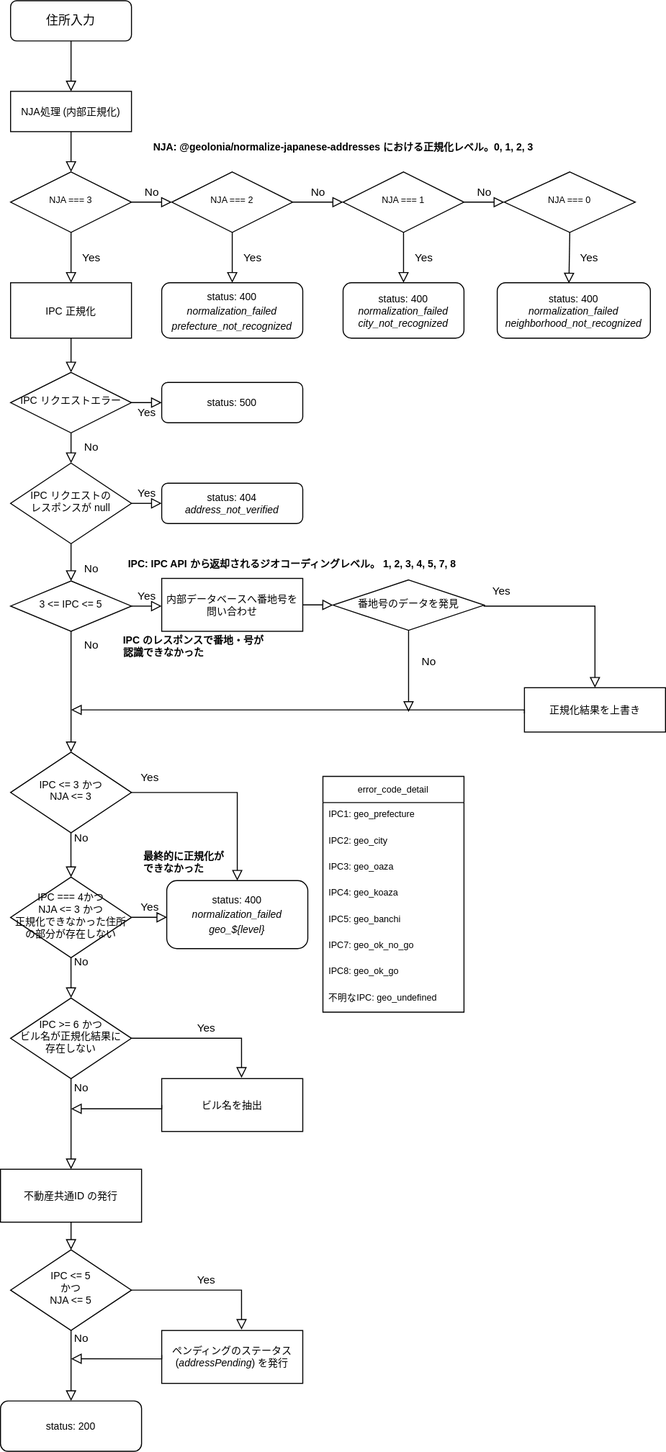
The draw.io diagram docs/id-issuance-flow.svg in geolonia/prop-id-api, before a commit. Source tidied: cells renumbered, new cells last; positions are measured from the earlier drawing's top-left corner, leaving out a move shared by most shapes.
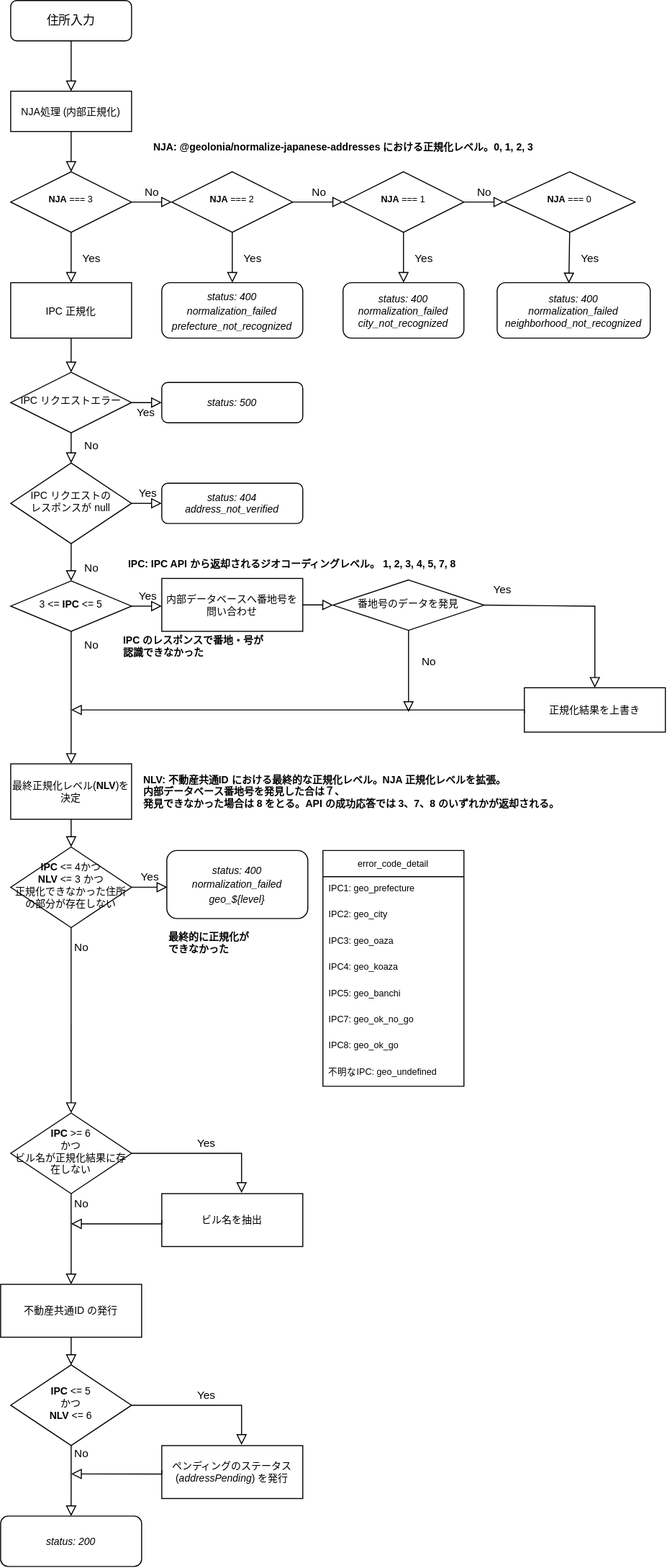
Later version of the same file.

Diff of the diagram source:
```diff
@@ -15,6 +15,6 @@
     </mxCell>
-    <mxCell id="5" value="NJA === 3" style="rhombus;whiteSpace=wrap;html=1;shadow=0;fontFamily=Helvetica;fontSize=9;align=center;strokeWidth=1;spacing=6;spacingTop=-4;" parent="1" vertex="1">
+    <mxCell id="5" value="&lt;b&gt;NJA&lt;/b&gt; === 3" style="rhombus;whiteSpace=wrap;html=1;shadow=0;fontFamily=Helvetica;fontSize=9;align=center;strokeWidth=1;spacing=6;spacingTop=-4;" parent="1" vertex="1">
       <mxGeometry x="10" y="170" width="120" height="60" as="geometry" />
     </mxCell>
-    <mxCell id="6" value="&lt;font&gt;&lt;font size=&quot;1&quot;&gt;status: 400&lt;/font&gt;&lt;br style=&quot;font-size: 9px&quot;&gt;&lt;i&gt;&lt;font size=&quot;1&quot;&gt;normalization_failed&lt;/font&gt;&lt;br&gt;&lt;font size=&quot;1&quot;&gt;prefecture_not_recognized&lt;/font&gt;&lt;/i&gt;&lt;br&gt;&lt;/font&gt;" style="rounded=1;whiteSpace=wrap;html=1;fontSize=12;glass=0;strokeWidth=1;shadow=0;" parent="1" vertex="1">
+    <mxCell id="6" value="&lt;font&gt;&lt;i&gt;&lt;font size=&quot;1&quot;&gt;status: 400&lt;/font&gt;&lt;br style=&quot;font-size: 9px&quot;&gt;&lt;font size=&quot;1&quot;&gt;normalization_failed&lt;/font&gt;&lt;br&gt;&lt;font size=&quot;1&quot;&gt;prefecture_not_recognized&lt;/font&gt;&lt;/i&gt;&lt;br&gt;&lt;/font&gt;" style="rounded=1;whiteSpace=wrap;html=1;fontSize=12;glass=0;strokeWidth=1;shadow=0;" parent="1" vertex="1">
       <mxGeometry x="160" y="280" width="140" height="55" as="geometry" />
@@ -30,3 +30,3 @@
     </mxCell>
-    <mxCell id="10" value="status: 500" style="rounded=1;whiteSpace=wrap;html=1;fontSize=10;glass=0;strokeWidth=1;shadow=0;" parent="1" vertex="1">
+    <mxCell id="10" value="&lt;i&gt;status: 500&lt;/i&gt;" style="rounded=1;whiteSpace=wrap;html=1;fontSize=10;glass=0;strokeWidth=1;shadow=0;" parent="1" vertex="1">
       <mxGeometry x="160" y="379" width="140" height="40" as="geometry" />
@@ -56,3 +56,3 @@
     </mxCell>
-    <mxCell id="16" value="NJA === 2" style="rhombus;whiteSpace=wrap;html=1;shadow=0;fontFamily=Helvetica;fontSize=9;align=center;strokeWidth=1;spacing=6;spacingTop=-4;" parent="1" vertex="1">
+    <mxCell id="16" value="&lt;b&gt;NJA&lt;/b&gt; === 2" style="rhombus;whiteSpace=wrap;html=1;shadow=0;fontFamily=Helvetica;fontSize=9;align=center;strokeWidth=1;spacing=6;spacingTop=-4;" parent="1" vertex="1">
       <mxGeometry x="170" y="170" width="120" height="60" as="geometry" />
@@ -62,3 +62,3 @@
     </mxCell>
-    <mxCell id="18" value="NJA === 1" style="rhombus;whiteSpace=wrap;html=1;shadow=0;fontFamily=Helvetica;fontSize=9;align=center;strokeWidth=1;spacing=6;spacingTop=-4;" parent="1" vertex="1">
+    <mxCell id="18" value="&lt;b&gt;NJA&lt;/b&gt; === 1" style="rhombus;whiteSpace=wrap;html=1;shadow=0;fontFamily=Helvetica;fontSize=9;align=center;strokeWidth=1;spacing=6;spacingTop=-4;" parent="1" vertex="1">
       <mxGeometry x="340" y="170" width="120" height="60" as="geometry" />
@@ -70,3 +70,3 @@
     </mxCell>
-    <mxCell id="20" value="NJA === 0" style="rhombus;whiteSpace=wrap;html=1;shadow=0;fontFamily=Helvetica;fontSize=9;align=center;strokeWidth=1;spacing=6;spacingTop=-4;" parent="1" vertex="1">
+    <mxCell id="20" value="&lt;b&gt;NJA&lt;/b&gt; === 0" style="rhombus;whiteSpace=wrap;html=1;shadow=0;fontFamily=Helvetica;fontSize=9;align=center;strokeWidth=1;spacing=6;spacingTop=-4;" parent="1" vertex="1">
       <mxGeometry x="500" y="170" width="130" height="60" as="geometry" />
@@ -76,3 +76,3 @@
     </mxCell>
-    <mxCell id="22" value="&lt;div style=&quot;font-size: 10px&quot;&gt;status: 400&lt;/div&gt;&lt;div style=&quot;font-size: 10px&quot;&gt;&lt;i&gt;normalization_failed&lt;/i&gt;&lt;/div&gt;&lt;div&gt;&lt;i&gt;city_not_recognized&lt;/i&gt;&lt;br&gt;&lt;/div&gt;" style="rounded=1;whiteSpace=wrap;html=1;fontSize=10;glass=0;strokeWidth=1;shadow=0;" parent="1" vertex="1">
+    <mxCell id="22" value="&lt;div style=&quot;font-size: 10px&quot;&gt;&lt;i&gt;status: 400&lt;/i&gt;&lt;/div&gt;&lt;div style=&quot;font-size: 10px&quot;&gt;&lt;i&gt;normalization_failed&lt;/i&gt;&lt;/div&gt;&lt;div&gt;&lt;i&gt;city_not_recognized&lt;/i&gt;&lt;br&gt;&lt;/div&gt;" style="rounded=1;whiteSpace=wrap;html=1;fontSize=10;glass=0;strokeWidth=1;shadow=0;" parent="1" vertex="1">
       <mxGeometry x="340" y="280" width="120" height="55" as="geometry" />
@@ -84,3 +84,3 @@
     </mxCell>
-    <mxCell id="24" value="&lt;div style=&quot;font-size: 10px&quot;&gt;status: 400&lt;/div&gt;&lt;div style=&quot;font-size: 10px&quot;&gt;&lt;i&gt;normalization_failed&lt;/i&gt;&lt;/div&gt;&lt;div&gt;&lt;i&gt;neighborhood_not_recognized&lt;/i&gt;&lt;br&gt;&lt;/div&gt;" style="rounded=1;whiteSpace=wrap;html=1;fontSize=10;glass=0;strokeWidth=1;shadow=0;" parent="1" vertex="1">
+    <mxCell id="24" value="&lt;div style=&quot;font-size: 10px&quot;&gt;&lt;i&gt;status: 400&lt;/i&gt;&lt;/div&gt;&lt;div style=&quot;font-size: 10px&quot;&gt;&lt;i&gt;normalization_failed&lt;/i&gt;&lt;/div&gt;&lt;div&gt;&lt;i&gt;neighborhood_not_recognized&lt;/i&gt;&lt;br&gt;&lt;/div&gt;" style="rounded=1;whiteSpace=wrap;html=1;fontSize=10;glass=0;strokeWidth=1;shadow=0;" parent="1" vertex="1">
       <mxGeometry x="493" y="280" width="152" height="55" as="geometry" />
@@ -100,6 +100,6 @@
     </mxCell>
-    <mxCell id="28" value="status: 404&lt;br style=&quot;font-size: 10px&quot;&gt;&lt;i&gt;address_not_verified&lt;/i&gt;" style="rounded=1;whiteSpace=wrap;html=1;fontSize=10;glass=0;strokeWidth=1;shadow=0;" parent="1" vertex="1">
+    <mxCell id="28" value="&lt;i&gt;status: 404&lt;br style=&quot;font-size: 10px&quot;&gt;address_not_verified&lt;/i&gt;" style="rounded=1;whiteSpace=wrap;html=1;fontSize=10;glass=0;strokeWidth=1;shadow=0;" parent="1" vertex="1">
       <mxGeometry x="160" y="479" width="140" height="40" as="geometry" />
     </mxCell>
-    <mxCell id="29" value="3 &amp;lt;= IPC &amp;lt;= 5" style="rhombus;whiteSpace=wrap;html=1;shadow=0;fontFamily=Helvetica;fontSize=10;align=center;strokeWidth=1;spacing=6;spacingTop=-4;" parent="1" vertex="1">
+    <mxCell id="29" value="3 &amp;lt;= &lt;b&gt;IPC&lt;/b&gt; &amp;lt;= 5" style="rhombus;whiteSpace=wrap;html=1;shadow=0;fontFamily=Helvetica;fontSize=10;align=center;strokeWidth=1;spacing=6;spacingTop=-4;" parent="1" vertex="1">
       <mxGeometry x="10" y="576" width="120" height="50" as="geometry" />
@@ -136,8 +136,5 @@
     </mxCell>
-    <mxCell id="38" value="No" style="rounded=0;html=1;jettySize=auto;fontSize=11;endArrow=block;endFill=0;endSize=8;strokeWidth=1;shadow=0;labelBackgroundColor=none;edgeStyle=orthogonalEdgeStyle;entryX=0.5;entryY=0;entryDx=0;entryDy=0;exitX=0.5;exitY=1;exitDx=0;exitDy=0;" parent="1" edge="1" source="29" target="39">
+    <mxCell id="38" value="No" style="rounded=0;html=1;jettySize=auto;fontSize=11;endArrow=block;endFill=0;endSize=8;strokeWidth=1;shadow=0;labelBackgroundColor=none;edgeStyle=orthogonalEdgeStyle;exitX=0.5;exitY=1;exitDx=0;exitDy=0;entryX=0.5;entryY=0;entryDx=0;entryDy=0;" parent="1" edge="1" source="29" target="74">
       <mxGeometry x="-0.78" y="20" relative="1" as="geometry" />
     </mxCell>
-    <mxCell id="39" value="IPC &amp;lt;= 3 かつ&lt;br&gt;NJA &amp;lt;= 3" style="rhombus;whiteSpace=wrap;html=1;shadow=0;fontFamily=Helvetica;fontSize=10;align=center;strokeWidth=1;spacing=6;spacingTop=-4;" parent="1" vertex="1">
-      <mxGeometry x="10" y="746" width="120" height="80" as="geometry" />
-    </mxCell>
     <mxCell id="40" style="rounded=0;html=1;jettySize=auto;orthogonalLoop=1;fontSize=11;endArrow=block;endFill=0;endSize=8;strokeWidth=1;shadow=0;labelBackgroundColor=none;edgeStyle=orthogonalEdgeStyle;exitX=0;exitY=0.5;exitDx=0;exitDy=0;" parent="1" edge="1">
@@ -156,27 +153,11 @@
     </mxCell>
-    <mxCell id="42" value="No" style="rounded=0;html=1;jettySize=auto;fontSize=11;endArrow=block;endFill=0;endSize=8;strokeWidth=1;shadow=0;labelBackgroundColor=none;edgeStyle=orthogonalEdgeStyle;entryX=0.5;entryY=0;entryDx=0;entryDy=0;exitX=0.5;exitY=1;exitDx=0;exitDy=0;" parent="1" edge="1" target="43">
-      <mxGeometry x="-0.78" y="10" relative="1" as="geometry">
-        <mxPoint x="69.9" y="826" as="sourcePoint" />
-        <Array as="points">
-          <mxPoint x="70" y="850" />
-          <mxPoint x="70" y="850" />
-        </Array>
-      </mxGeometry>
-    </mxCell>
-    <mxCell id="43" value="IPC === 4かつ&lt;br&gt;NJA &amp;lt;= 3 かつ&lt;br&gt;正規化できなかった住所の部分が存在しない" style="rhombus;whiteSpace=wrap;html=1;shadow=0;fontFamily=Helvetica;fontSize=10;align=center;strokeWidth=1;spacing=6;spacingTop=-4;" parent="1" vertex="1">
-      <mxGeometry x="10" y="870" width="120" height="80" as="geometry" />
+    <mxCell id="43" value="&lt;b&gt;IPC&lt;/b&gt; &amp;lt;= 4かつ&lt;br&gt;&lt;b&gt;NLV&lt;/b&gt; &amp;lt;= 3 かつ&lt;br&gt;正規化できなかった住所の部分が存在しない" style="rhombus;whiteSpace=wrap;html=1;shadow=0;fontFamily=Helvetica;fontSize=10;align=center;strokeWidth=1;spacing=6;spacingTop=-4;" parent="1" vertex="1">
+      <mxGeometry x="10" y="840" width="120" height="80" as="geometry" />
     </mxCell>
-    <mxCell id="44" value="&lt;font&gt;&lt;font size=&quot;1&quot;&gt;status: 400&lt;/font&gt;&lt;br style=&quot;font-size: 9px&quot;&gt;&lt;i&gt;&lt;font size=&quot;1&quot;&gt;normalization_failed&lt;/font&gt;&lt;br&gt;&lt;font size=&quot;1&quot;&gt;geo_${level}&lt;/font&gt;&lt;/i&gt;&lt;br&gt;&lt;/font&gt;" style="rounded=1;whiteSpace=wrap;html=1;fontSize=12;glass=0;strokeWidth=1;shadow=0;" parent="1" vertex="1">
-      <mxGeometry x="165" y="873.5" width="140" height="67.5" as="geometry" />
+    <mxCell id="44" value="&lt;font&gt;&lt;i&gt;&lt;font size=&quot;1&quot;&gt;status: 400&lt;/font&gt;&lt;br style=&quot;font-size: 9px&quot;&gt;&lt;font size=&quot;1&quot;&gt;normalization_failed&lt;/font&gt;&lt;br&gt;&lt;font size=&quot;1&quot;&gt;geo_${level}&lt;/font&gt;&lt;/i&gt;&lt;br&gt;&lt;/font&gt;" style="rounded=1;whiteSpace=wrap;html=1;fontSize=12;glass=0;strokeWidth=1;shadow=0;" parent="1" vertex="1">
+      <mxGeometry x="165" y="843.5" width="140" height="67.5" as="geometry" />
     </mxCell>
-    <mxCell id="45" value="Yes" style="edgeStyle=orthogonalEdgeStyle;rounded=0;html=1;jettySize=auto;fontSize=11;endArrow=block;endFill=0;endSize=8;strokeWidth=1;shadow=0;labelBackgroundColor=none;exitX=1;exitY=0.5;exitDx=0;exitDy=0;entryX=0.5;entryY=0;entryDx=0;entryDy=0;" parent="1" edge="1" source="39" target="44">
-      <mxGeometry x="-0.81" y="15" relative="1" as="geometry">
-        <Array as="points">
-          <mxPoint x="235" y="786" />
-        </Array>
-      </mxGeometry>
-    </mxCell>
     <mxCell id="46" value="Yes" style="edgeStyle=orthogonalEdgeStyle;rounded=0;html=1;jettySize=auto;fontSize=11;endArrow=block;endFill=0;endSize=8;strokeWidth=1;shadow=0;labelBackgroundColor=none;exitX=1;exitY=0.5;exitDx=0;exitDy=0;entryX=0.003;entryY=0.546;entryDx=0;entryDy=0;entryPerimeter=0;" parent="1" edge="1" target="44">
       <mxGeometry y="10" relative="1" as="geometry">
-        <mxPoint x="130" y="909.9" as="sourcePoint" />
+        <mxPoint x="130" y="879.9" as="sourcePoint" />
       </mxGeometry>
@@ -191,3 +172,3 @@
       <mxGeometry x="-0.78" y="10" relative="1" as="geometry">
-        <mxPoint x="69.9" y="950" as="sourcePoint" />
+        <mxPoint x="69.9" y="920" as="sourcePoint" />
       </mxGeometry>
@@ -195,3 +176,3 @@
     <mxCell id="50" value="error_code_detail" style="swimlane;fontStyle=0;horizontal=1;startSize=26;fillColor=none;fontSize=9;" parent="1" vertex="1">
-      <mxGeometry x="320" y="770" width="140" height="234" as="geometry" />
+      <mxGeometry x="320" y="843.5" width="140" height="234" as="geometry" />
     </mxCell>
@@ -221,7 +202,7 @@
     </mxCell>
-    <mxCell id="59" value="IPC &amp;gt;= 6 かつ&lt;br&gt;ビル名が正規化結果に&lt;br&gt;存在しない" style="rhombus;whiteSpace=wrap;html=1;shadow=0;fontFamily=Helvetica;fontSize=10;align=center;strokeWidth=1;spacing=6;spacingTop=-4;" parent="1" vertex="1">
-      <mxGeometry x="10" y="990" width="120" height="80" as="geometry" />
+    <mxCell id="59" value="&lt;b&gt;IPC&lt;/b&gt; &amp;gt;= 6&lt;br&gt;かつ&lt;br&gt;ビル名が正規化結果に存在しない" style="rhombus;whiteSpace=wrap;html=1;shadow=0;fontFamily=Helvetica;fontSize=10;align=center;strokeWidth=1;spacing=6;spacingTop=-4;" parent="1" vertex="1">
+      <mxGeometry x="10" y="1104" width="120" height="80" as="geometry" />
     </mxCell>
     <mxCell id="60" value="ビル名を抽出" style="rounded=0;whiteSpace=wrap;html=1;fontSize=10;" parent="1" vertex="1">
-      <mxGeometry x="160" y="1070" width="140" height="52.5" as="geometry" />
+      <mxGeometry x="160" y="1184" width="140" height="52.5" as="geometry" />
     </mxCell>
@@ -229,3 +210,3 @@
       <mxGeometry y="10" relative="1" as="geometry">
-        <mxPoint x="130" y="1030" as="sourcePoint" />
+        <mxPoint x="130" y="1144" as="sourcePoint" />
       </mxGeometry>
@@ -234,7 +215,7 @@
       <mxGeometry x="-0.78" y="10" relative="1" as="geometry">
-        <mxPoint x="70" y="1070" as="sourcePoint" />
-        <mxPoint x="70" y="1160" as="targetPoint" />
+        <mxPoint x="70" y="1184" as="sourcePoint" />
+        <mxPoint x="70" y="1274" as="targetPoint" />
         <Array as="points">
-          <mxPoint x="70.1" y="1094" />
-          <mxPoint x="70.1" y="1094" />
+          <mxPoint x="70.1" y="1208" />
+          <mxPoint x="70.1" y="1208" />
         </Array>
@@ -244,5 +225,5 @@
       <mxGeometry y="20" relative="1" as="geometry">
-        <mxPoint x="70" y="1100" as="targetPoint" />
+        <mxPoint x="70" y="1214" as="targetPoint" />
         <Array as="points">
-          <mxPoint x="160" y="1100" />
+          <mxPoint x="160" y="1214" />
         </Array>
@@ -251,6 +232,6 @@
     <mxCell id="64" value="不動産共通ID の発行" style="rounded=0;whiteSpace=wrap;html=1;fontSize=10;" parent="1" vertex="1">
-      <mxGeometry y="1160" width="140" height="52.5" as="geometry" />
+      <mxGeometry y="1274" width="140" height="52.5" as="geometry" />
     </mxCell>
-    <mxCell id="65" value="IPC &amp;lt;= 5&lt;br&gt;かつ&lt;br&gt;NJA &amp;lt;= 5" style="rhombus;whiteSpace=wrap;html=1;shadow=0;fontFamily=Helvetica;fontSize=10;align=center;strokeWidth=1;spacing=6;spacingTop=-4;" parent="1" vertex="1">
-      <mxGeometry x="10" y="1240" width="120" height="80" as="geometry" />
+    <mxCell id="65" value="&lt;b&gt;IPC&lt;/b&gt; &amp;lt;= 5&lt;br&gt;かつ&lt;br&gt;&lt;b&gt;NLV&lt;/b&gt; &amp;lt;= 6" style="rhombus;whiteSpace=wrap;html=1;shadow=0;fontFamily=Helvetica;fontSize=10;align=center;strokeWidth=1;spacing=6;spacingTop=-4;" parent="1" vertex="1">
+      <mxGeometry x="10" y="1354" width="120" height="80" as="geometry" />
     </mxCell>
@@ -260,3 +241,3 @@
     <mxCell id="67" value="ペンディングのステータス(&lt;i&gt;addressPending&lt;/i&gt;) を発行" style="rounded=0;whiteSpace=wrap;html=1;fontSize=10;" parent="1" vertex="1">
-      <mxGeometry x="160" y="1320" width="140" height="52.5" as="geometry" />
+      <mxGeometry x="160" y="1434" width="140" height="52.5" as="geometry" />
     </mxCell>
@@ -264,3 +245,3 @@
       <mxGeometry y="10" relative="1" as="geometry">
-        <mxPoint x="130" y="1280" as="sourcePoint" />
+        <mxPoint x="130" y="1394" as="sourcePoint" />
       </mxGeometry>
@@ -269,3 +250,3 @@
       <mxGeometry x="-0.78" y="10" relative="1" as="geometry">
-        <mxPoint x="70" y="1390" as="targetPoint" />
+        <mxPoint x="70" y="1504" as="targetPoint" />
       </mxGeometry>
@@ -274,6 +255,6 @@
       <mxGeometry y="20" relative="1" as="geometry">
-        <mxPoint x="160" y="1344.4" as="sourcePoint" />
-        <mxPoint x="70" y="1348.2" as="targetPoint" />
+        <mxPoint x="160" y="1458.4" as="sourcePoint" />
+        <mxPoint x="70" y="1462.2" as="targetPoint" />
         <Array as="points">
-          <mxPoint x="160" y="1348.2" />
+          <mxPoint x="160" y="1462.2" />
         </Array>
@@ -281,8 +262,17 @@
     </mxCell>
-    <mxCell id="71" value="&lt;font&gt;&lt;font size=&quot;1&quot;&gt;status: 200&lt;/font&gt;&lt;br&gt;&lt;/font&gt;" style="rounded=1;whiteSpace=wrap;html=1;fontSize=12;glass=0;strokeWidth=1;shadow=0;" parent="1" vertex="1">
-      <mxGeometry y="1390" width="140" height="50" as="geometry" />
+    <mxCell id="71" value="&lt;font&gt;&lt;font size=&quot;1&quot;&gt;&lt;i&gt;status: 200&lt;/i&gt;&lt;/font&gt;&lt;br&gt;&lt;/font&gt;" style="rounded=1;whiteSpace=wrap;html=1;fontSize=12;glass=0;strokeWidth=1;shadow=0;" parent="1" vertex="1">
+      <mxGeometry y="1504" width="140" height="50" as="geometry" />
     </mxCell>
     <mxCell id="72" value="最終的に正規化が&lt;br&gt;できなかった" style="text;html=1;strokeColor=none;fillColor=none;align=left;verticalAlign=middle;whiteSpace=wrap;rounded=0;fontSize=10;fontStyle=1;" parent="1" vertex="1">
-      <mxGeometry x="140" y="840" width="90" height="30" as="geometry" />
+      <mxGeometry x="165" y="920" width="90" height="30" as="geometry" />
     </mxCell>
+    <mxCell id="73" value="NLV: 不動産共通ID における最終的な正規化レベル。NJA 正規化レベルを拡張。&lt;br&gt;内部データベース番地号を発見した合は７、&lt;br&gt;発見できなかった場合は 8 をとる。API の成功応答では 3、7、8 のいずれかが返却される。" style="text;html=1;strokeColor=none;fillColor=none;align=left;verticalAlign=middle;whiteSpace=wrap;rounded=0;fontSize=10;fontStyle=1;" parent="1" vertex="1">
+      <mxGeometry x="140" y="763.8" width="430" height="42.5" as="geometry" />
+    </mxCell>
+    <mxCell id="74" value="最終正規化レベル(&lt;b&gt;NLV&lt;/b&gt;)を決定" style="rounded=0;whiteSpace=wrap;html=1;fontSize=10;" parent="1" vertex="1">
+      <mxGeometry x="10" y="757.5" width="120" height="55" as="geometry" />
+    </mxCell>
+    <mxCell id="75" style="rounded=0;html=1;jettySize=auto;fontSize=11;endArrow=block;endFill=0;endSize=8;strokeWidth=1;shadow=0;labelBackgroundColor=none;edgeStyle=orthogonalEdgeStyle;exitX=0.5;exitY=1;exitDx=0;exitDy=0;entryX=0.5;entryY=0;entryDx=0;entryDy=0;" parent="1" edge="1" source="74" target="43">
+      <mxGeometry x="-0.78" y="20" relative="1" as="geometry" />
+    </mxCell>
   </root>
```
